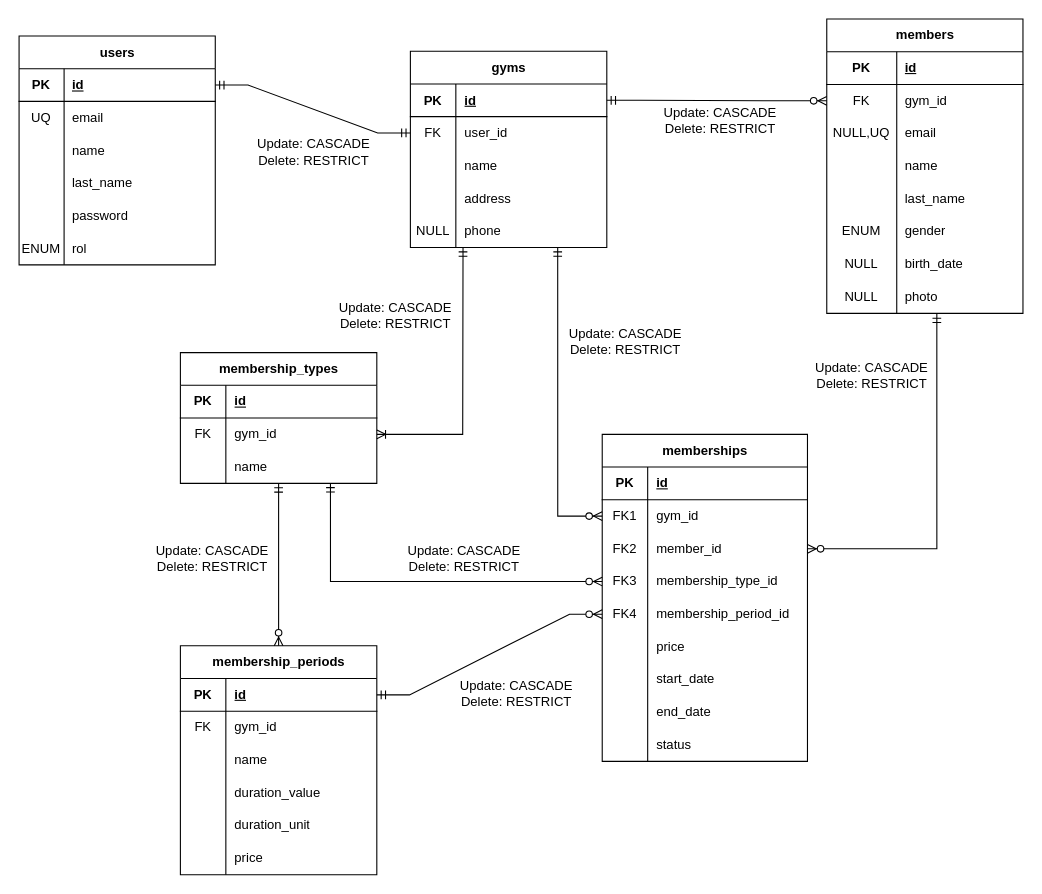
This is docs/logical-design.drawio from hdz-kevin/Trainly, a draw.io file, before an edit. Source tidied: cells renumbered, new cells numbered last; positions are measured from the earlier drawing's top-left corner, leaving out a move shared by most shapes. Both pictures are drawn from the tidied source at 109%, with x=0, y=0 at pixel (19, 19).
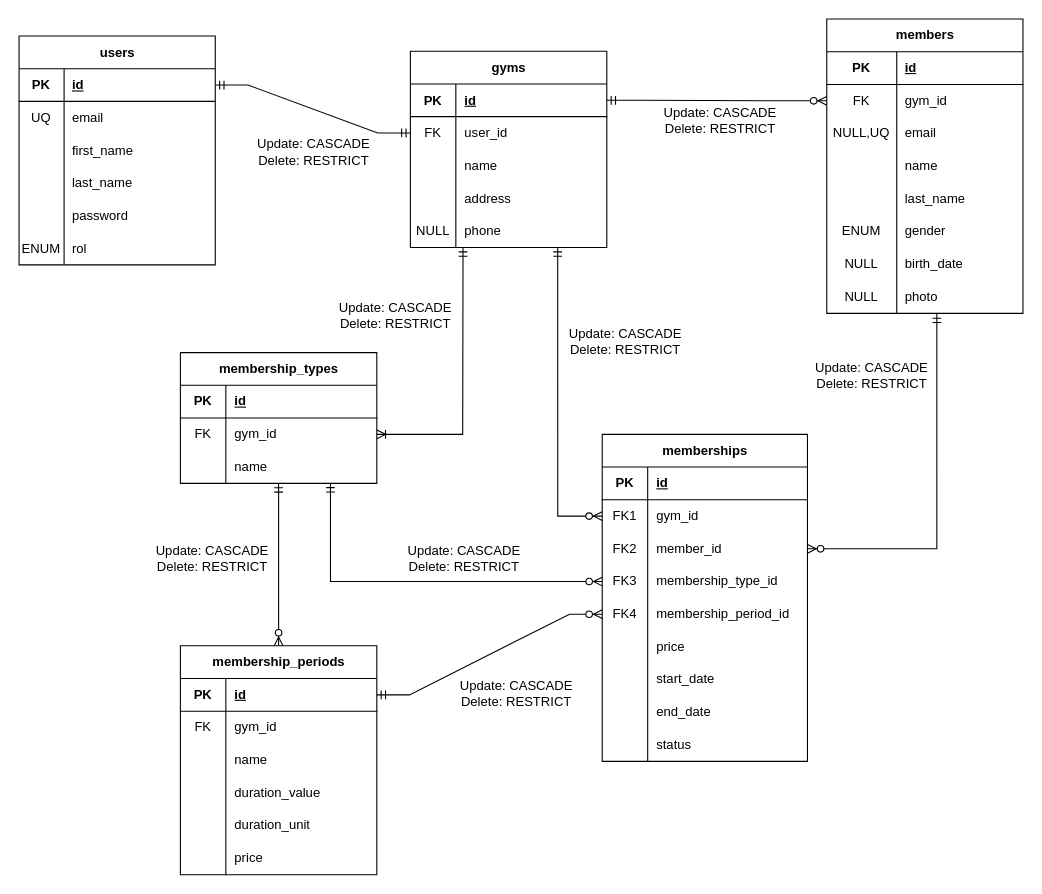
The same page after the edit.

Commit message (it also covers changes not shown here):
update db designs: first_name - last_name fields

Unchanged cells that the change refers to:
```xml
<mxCell id="9" style="shape=tableRow;horizontal=0;startSize=0;swimlaneHead=0;swimlaneBody=0;fillColor=none;top=0;left=0;right=0;bottom=0;" parent="2" vertex="1">
  <mxGeometry y="90" width="180" height="30" as="geometry" />
</mxCell>
```

Change to the diagram source:
```diff
@@
-    <mxCell id="11" value="name" style="shape=partialRectangle;fillColor=none;top=0;left=0;bottom=0;right=0;align=left;spacingLeft=6;overflow=hidden;whiteSpace=wrap;html=1;" parent="9" vertex="1">
+    <mxCell id="11" value="first_name" style="shape=partialRectangle;fillColor=none;top=0;left=0;bottom=0;right=0;align=left;spacingLeft=6;overflow=hidden;whiteSpace=wrap;html=1;" parent="9" vertex="1">
       <mxGeometry x="41.3" width="138.7" height="30" as="geometry" />
     </mxCell>
```
